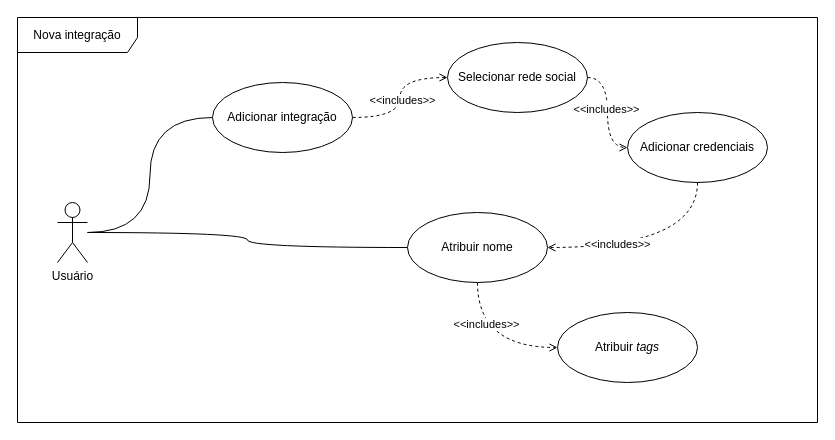
cristianprochnow/synk keeps this draw.io diagram as assets/new-integration.drawio. Above is the earlier version. Source tidied: cells renumbered, new cells numbered last; positions are measured from the earlier drawing's top-left corner, leaving out a move shared by most shapes. Both pictures are drawn from the tidied source at 100%, with x=0, y=0 at pixel (17, 17).
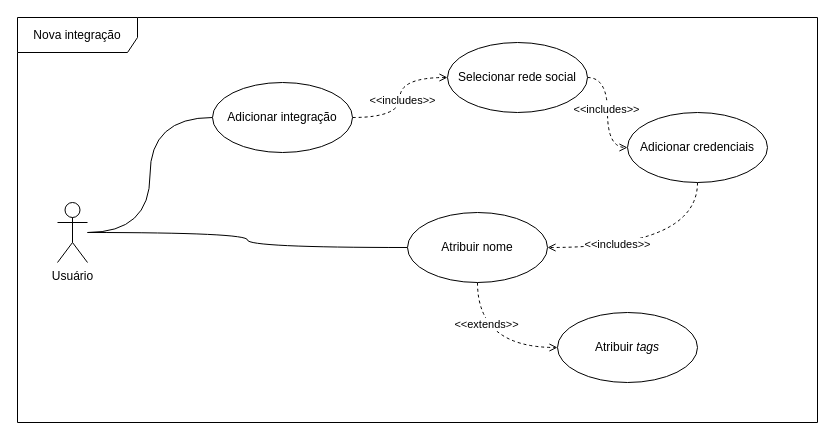
The same page after the edit.

Change to the diagram source:
```diff
@@
 <mxGraphModel>
   <root>
     <mxCell id="0" />
     <mxCell id="1" parent="0" />
     <mxCell id="2" style="edgeStyle=orthogonalEdgeStyle;rounded=0;jettySize=auto;html=1;entryX=0;entryY=0.5;entryDx=0;entryDy=0;endArrow=none;endFill=0;curved=1;startFill=0;" parent="1" edge="1" source="4" target="7">
       <mxGeometry relative="1" as="geometry" />
     </mxCell>
     <mxCell id="3" style="edgeStyle=orthogonalEdgeStyle;rounded=0;jettySize=auto;html=1;entryX=0;entryY=0.5;entryDx=0;entryDy=0;curved=1;endArrow=none;startFill=0;" parent="1" edge="1" source="4" target="16">
       <mxGeometry relative="1" as="geometry" />
     </mxCell>
     <mxCell id="4" value="Usuário" style="shape=umlActor;verticalLabelPosition=bottom;verticalAlign=top;html=1;" parent="1" vertex="1">
       <mxGeometry x="40" y="185" width="30" height="60" as="geometry" />
     </mxCell>
     <mxCell id="5" style="edgeStyle=orthogonalEdgeStyle;rounded=0;jettySize=auto;html=1;entryX=0;entryY=0.5;entryDx=0;entryDy=0;dashed=1;curved=1;endArrow=open;endFill=0;" parent="1" edge="1" source="7" target="10">
       <mxGeometry relative="1" as="geometry" />
     </mxCell>
     <mxCell id="6" value="&amp;lt;&amp;lt;includes&amp;gt;&amp;gt;" style="edgeLabel;html=1;align=center;verticalAlign=middle;" parent="5" vertex="1">
       <mxGeometry x="-0.04" y="-2" relative="1" as="geometry" />
     </mxCell>
     <mxCell id="7" value="Adicionar integração" style="ellipse;whiteSpace=wrap;html=1;" parent="1" vertex="1">
       <mxGeometry x="195" y="65" width="140" height="70" as="geometry" />
     </mxCell>
     <mxCell id="8" style="edgeStyle=orthogonalEdgeStyle;rounded=0;jettySize=auto;html=1;entryX=0;entryY=0.5;entryDx=0;entryDy=0;dashed=1;curved=1;endArrow=open;endFill=0;" parent="1" edge="1" source="10" target="13">
       <mxGeometry relative="1" as="geometry" />
     </mxCell>
     <mxCell id="9" value="&amp;lt;&amp;lt;includes&amp;gt;&amp;gt;" style="edgeLabel;html=1;align=center;verticalAlign=middle;" parent="8" vertex="1">
       <mxGeometry x="-0.07" y="-2" relative="1" as="geometry" />
     </mxCell>
     <mxCell id="10" value="Selecionar rede social" style="ellipse;whiteSpace=wrap;html=1;" parent="1" vertex="1">
       <mxGeometry x="430" y="25" width="140" height="70" as="geometry" />
     </mxCell>
     <mxCell id="11" style="edgeStyle=orthogonalEdgeStyle;rounded=0;jettySize=auto;html=1;entryX=1;entryY=0.5;entryDx=0;entryDy=0;curved=1;endArrow=open;endFill=0;dashed=1;exitX=0.5;exitY=1;exitDx=0;exitDy=0;" parent="1" edge="1" source="13" target="16">
       <mxGeometry relative="1" as="geometry" />
     </mxCell>
     <mxCell id="12" value="&amp;lt;&amp;lt;includes&amp;gt;&amp;gt;" style="edgeLabel;html=1;align=center;verticalAlign=middle;" parent="11" vertex="1">
       <mxGeometry x="0.37" y="-4" relative="1" as="geometry">
         <mxPoint x="1" as="offset" />
       </mxGeometry>
     </mxCell>
     <mxCell id="13" value="Adicionar credenciais" style="ellipse;whiteSpace=wrap;html=1;" parent="1" vertex="1">
       <mxGeometry x="610" y="95" width="140" height="70" as="geometry" />
     </mxCell>
     <mxCell id="14" style="edgeStyle=orthogonalEdgeStyle;rounded=0;jettySize=auto;html=1;entryX=0;entryY=0.5;entryDx=0;entryDy=0;curved=1;dashed=1;endArrow=open;endFill=0;exitX=0.5;exitY=1;exitDx=0;exitDy=0;" parent="1" edge="1" source="16" target="17">
       <mxGeometry relative="1" as="geometry" />
     </mxCell>
-    <mxCell id="15" value="&amp;lt;&amp;lt;includes&amp;gt;&amp;gt;" style="edgeLabel;html=1;align=center;verticalAlign=middle;" parent="14" vertex="1">
+    <mxCell id="15" value="&amp;lt;&amp;lt;extends&amp;gt;&amp;gt;" style="edgeLabel;html=1;align=center;verticalAlign=middle;" parent="14" vertex="1">
       <mxGeometry x="-0.43" y="8" relative="1" as="geometry" />
     </mxCell>
     <mxCell id="16" value="Atribuir nome" style="ellipse;whiteSpace=wrap;html=1;" parent="1" vertex="1">
       <mxGeometry x="390" y="195" width="140" height="70" as="geometry" />
     </mxCell>
     <mxCell id="17" value="Atribuir &lt;i&gt;tags&lt;/i&gt;" style="ellipse;whiteSpace=wrap;html=1;" parent="1" vertex="1">
       <mxGeometry x="540" y="295" width="140" height="70" as="geometry" />
     </mxCell>
     <mxCell id="18" value="Nova integração" style="shape=umlFrame;whiteSpace=wrap;html=1;width=120;height=35;" parent="1" vertex="1">
       <mxGeometry width="800" height="405" as="geometry" />
     </mxCell>
   </root>
 </mxGraphModel>
```
